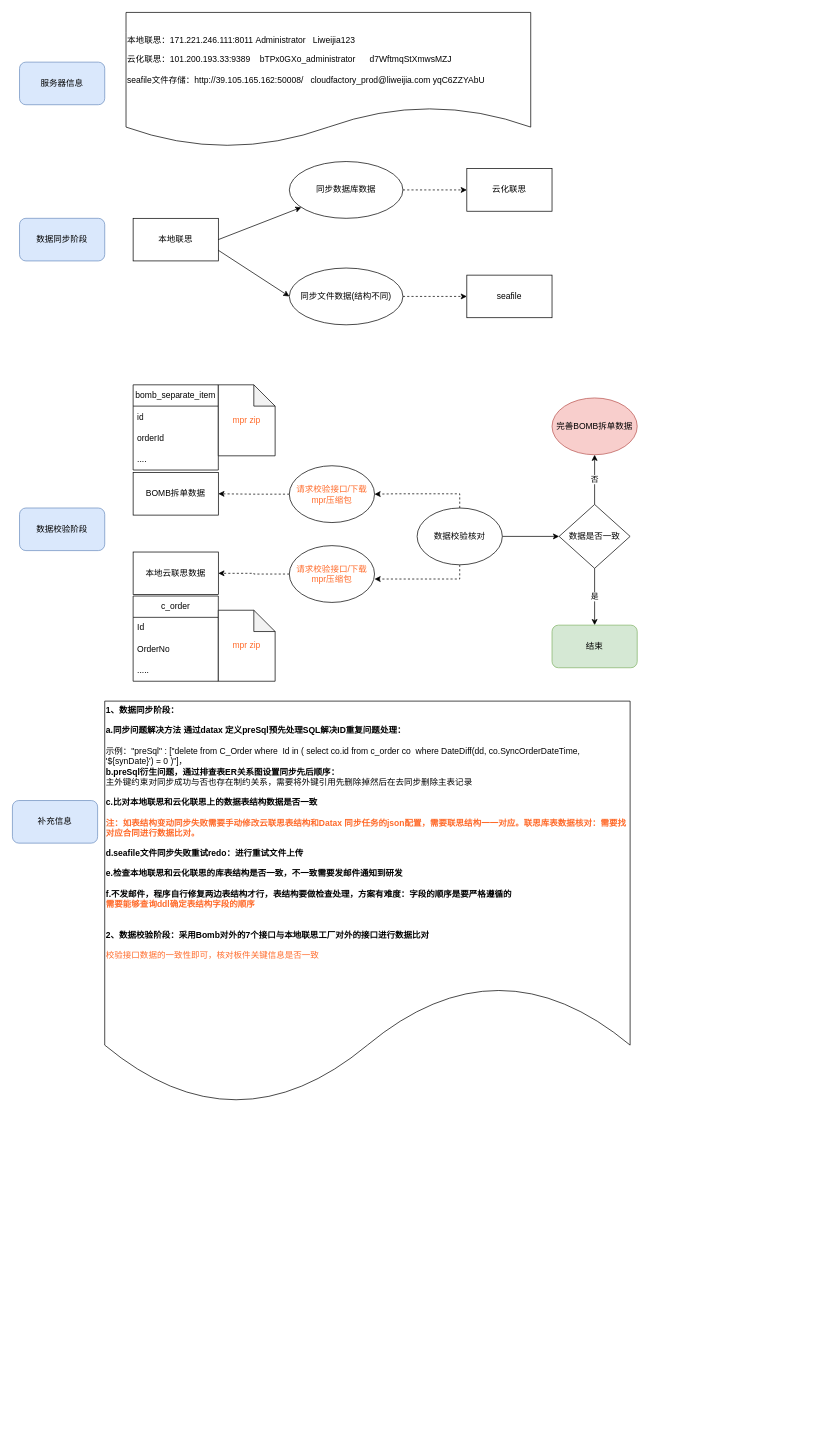
The draw.io diagram page "2023联思数据同步与校验" (3 of 5) of oms相关系统关系.drawio in SunflowersOfJava/boonya-learning-socket, before the edit. Source tidied: cells renumbered, new cells numbered last; positions are measured from the earlier drawing's top-left corner, leaving out a move shared by most shapes. Both pictures are drawn from the tidied source at 71%, with x=0, y=0 at pixel (12, 12).
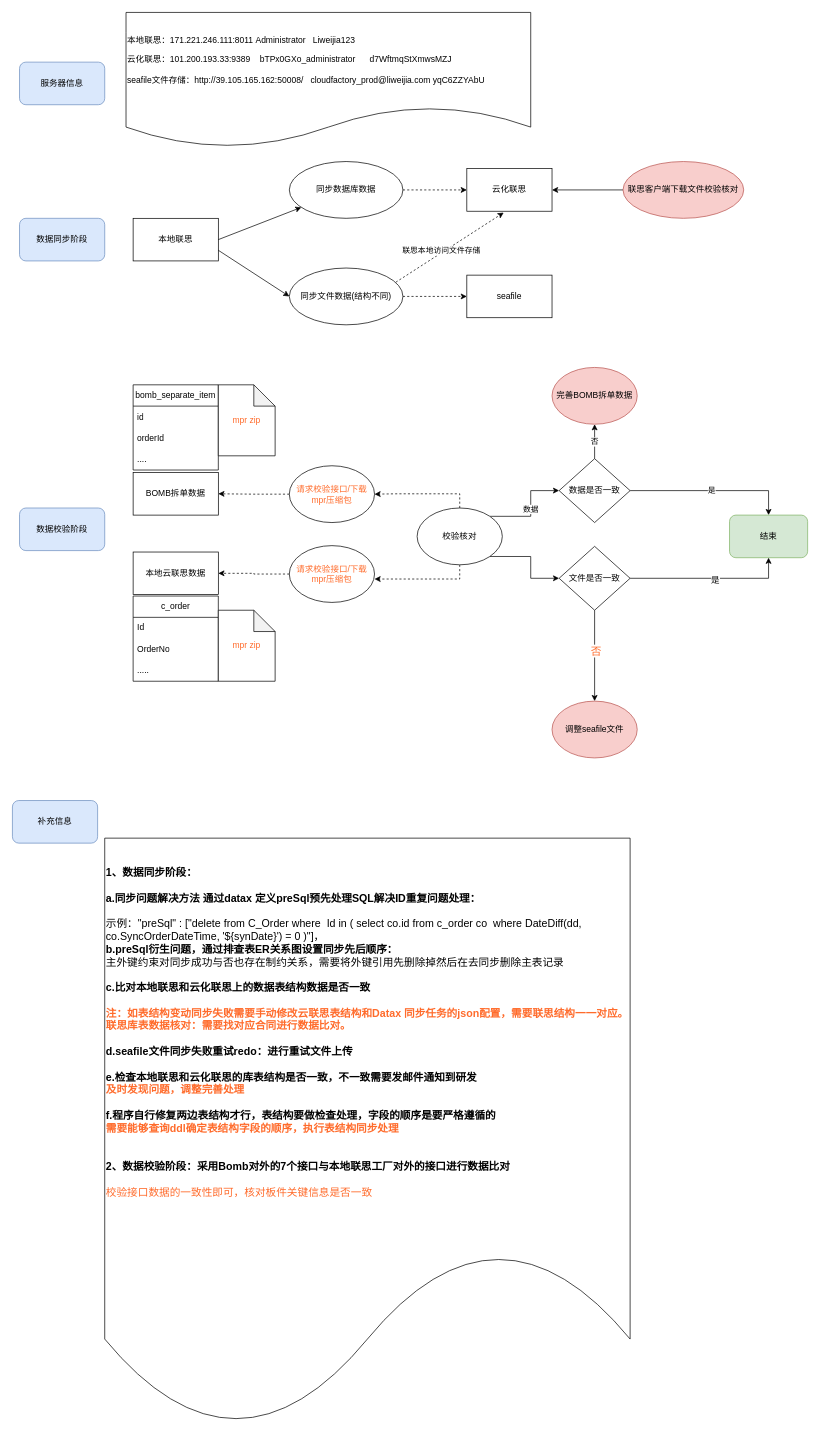
After the change.

Commit message:
更新oms相关系统关系.drawio

Unchanged cells that the change refers to:
```xml
<mxCell id="5" value="云化联思" style="rounded=0;whiteSpace=wrap;html=1;" parent="1" vertex="1">
  <mxGeometry x="640" y="220" width="120" height="60" as="geometry" />
</mxCell>
```

What changed in the source:
```diff
@@
-    <mxCell id="16" style="edgeStyle=orthogonalEdgeStyle;rounded=0;jettySize=auto;html=1;exitX=1;exitY=0.5;exitDx=0;exitDy=0;fontColor=#000000;" parent="1" edge="1" source="19" target="22">
+    <mxCell id="16" value="数据" style="edgeStyle=orthogonalEdgeStyle;rounded=0;jettySize=auto;html=1;exitX=1;exitY=0;exitDx=0;exitDy=0;fontColor=#000000;" parent="1" edge="1" source="19" target="22">
       <mxGeometry relative="1" as="geometry" />
     </mxCell>
@@
+    <mxCell id="42" style="edgeStyle=orthogonalEdgeStyle;rounded=0;jettySize=auto;html=1;exitX=1;exitY=1;exitDx=0;exitDy=0;entryX=0;entryY=0.5;entryDx=0;entryDy=0;fontSize=15;fontColor=#FF6B2B;" parent="1" edge="1" source="19" target="49">
+      <mxGeometry relative="1" as="geometry" />
+    </mxCell>
-    <mxCell id="19" value="数据校验核对" style="ellipse;whiteSpace=wrap;html=1;fontColor=#000000;" parent="1" vertex="1">
+    <mxCell id="19" value="校验核对" style="ellipse;whiteSpace=wrap;html=1;fontColor=#000000;" parent="1" vertex="1">
       <mxGeometry x="570" y="698" width="120" height="80" as="geometry" />
     </mxCell>
-    <mxCell id="20" value="是" style="edgeStyle=orthogonalEdgeStyle;rounded=0;jettySize=auto;html=1;exitX=0.5;exitY=1;exitDx=0;exitDy=0;entryX=0.5;entryY=0;entryDx=0;entryDy=0;fontColor=#000000;" parent="1" edge="1" source="22" target="23">
+    <mxCell id="20" value="是" style="edgeStyle=orthogonalEdgeStyle;rounded=0;jettySize=auto;html=1;exitX=1;exitY=0.5;exitDx=0;exitDy=0;entryX=0.5;entryY=0;entryDx=0;entryDy=0;fontColor=#000000;" parent="1" edge="1" source="22" target="23">
       <mxGeometry relative="1" as="geometry" />
     </mxCell>
@@
     <mxCell id="22" value="数据是否一致" style="rhombus;whiteSpace=wrap;html=1;fontColor=#000000;" parent="1" vertex="1">
-      <mxGeometry x="770" y="693" width="100" height="90" as="geometry" />
+      <mxGeometry x="770" y="628.5" width="100" height="90" as="geometry" />
     </mxCell>
     <mxCell id="23" value="结束" style="rounded=1;whiteSpace=wrap;html=1;fillColor=#d5e8d4;strokeColor=#82b366;" parent="1" vertex="1">
-      <mxGeometry x="760" y="863" width="120" height="60" as="geometry" />
+      <mxGeometry x="1010" y="708" width="110" height="60" as="geometry" />
     </mxCell>
     <mxCell id="24" value="完善BOMB拆单数据" style="ellipse;whiteSpace=wrap;html=1;fillColor=#f8cecc;strokeColor=#b85450;" parent="1" vertex="1">
-      <mxGeometry x="760" y="543" width="120" height="80" as="geometry" />
+      <mxGeometry x="760" y="500" width="120" height="80" as="geometry" />
     </mxCell>
@@
-    <mxCell id="33" value="&lt;div&gt;&lt;b&gt;1、数据同步阶段：&lt;/b&gt;&lt;/div&gt;&lt;div&gt;&lt;b&gt;&lt;br&gt;&lt;/b&gt;&lt;/div&gt;&lt;div&gt;&lt;b&gt;a.同步问题解决方法 通过datax 定义preSql预先处理SQL解决ID重复问题处理：&lt;/b&gt;&lt;/div&gt;&lt;br&gt;&lt;div&gt;示例：&quot;preSql&quot; : [&quot;delete from C_Order where&amp;nbsp; Id in ( select co.id from c_order co&amp;nbsp; where DateDiff(dd, co.SyncOrderDateTime, '${synDate}') = 0 )&quot;]，&lt;/div&gt;&lt;div&gt;&lt;b&gt;b.preSql衍生问题，通过排查表ER关系图设置同步先后顺序：&lt;/b&gt;&lt;/div&gt;&lt;div&gt;主外键约束对同步成功与否也存在制约关系，需要将外键引用先删除掉然后在去同步删除主表记录&lt;b&gt;&lt;br&gt;&lt;/b&gt;&lt;/div&gt;&lt;div&gt;&lt;b&gt;&lt;br&gt;&lt;/b&gt;&lt;/div&gt;&lt;div&gt;&lt;b&gt;c.比对本地联思和云化联思上的数据表结构数据是否一致&lt;br&gt;&lt;/b&gt;&lt;/div&gt;&lt;div&gt;&lt;br&gt;&lt;/div&gt;&lt;div&gt;&lt;div&gt;&lt;font color=&quot;#FF6B2B&quot;&gt;&lt;b&gt;注：如表结构变动同步失败需要手动修改云联思表结构和Datax 同步任务的json配置，需要联思结构一一对应。&lt;/b&gt;&lt;/font&gt;&lt;font color=&quot;#FF6B2B&quot;&gt;&lt;b&gt;联思库表数据核对：需要找对应合同进行数据比对。&lt;/b&gt;&lt;/font&gt;&lt;/div&gt;&lt;div&gt;&lt;font color=&quot;#FF6B2B&quot;&gt;&lt;b&gt;&lt;br&gt;&lt;/b&gt;&lt;/font&gt;&lt;/div&gt;&lt;div&gt;&lt;b&gt;d.seafile文件同步失败重试redo：进行重试文件上传&lt;/b&gt;&lt;/div&gt;&lt;div&gt;&lt;b&gt;&lt;br&gt;&lt;/b&gt;&lt;/div&gt;&lt;div&gt;&lt;b&gt;e.检查本地联思和云化联思的库表结构是否一致，不一致需要发邮件通知到研发&lt;br&gt;&lt;/b&gt;&lt;/div&gt;&lt;div&gt;&lt;b&gt;&lt;br&gt;&lt;/b&gt;&lt;/div&gt;&lt;div&gt;&lt;b&gt;f.不发邮件，程序自行修复两边表结构才行，表结构要做检查处理，方案有难度：字段的顺序是要严格遵循的&lt;/b&gt;&lt;/div&gt;&lt;div&gt;&lt;b&gt;&lt;font color=&quot;#FF6B2B&quot;&gt;需要能够查询ddl确定表结构字段的顺序&lt;/font&gt;&lt;br&gt;&lt;/b&gt;&lt;/div&gt;&lt;br&gt;&lt;/div&gt;&lt;div&gt;&lt;br&gt;&lt;/div&gt;&lt;div&gt;&lt;b&gt;2、数据校验阶段：采用Bomb对外的7个接口与本地联思工厂对外的接口进行数据比对&lt;/b&gt;&lt;/div&gt;&lt;div&gt;&lt;b&gt;&lt;br&gt;&lt;/b&gt;&lt;/div&gt;&lt;div&gt;&lt;font color=&quot;#FF6B2B&quot;&gt;校验接口数据的一致性即可，核对板件关键信息是否一致&lt;/font&gt;&lt;/div&gt;&lt;div&gt;&lt;br&gt;&lt;/div&gt;&lt;div&gt;&lt;br&gt;&lt;/div&gt;" style="shape=document;whiteSpace=wrap;html=1;boundedLbl=1;align=left;" parent="1" vertex="1">
-      <mxGeometry x="130" y="970" width="740" height="570" as="geometry" />
+    <mxCell id="33" value="&lt;div style=&quot;font-size: 15px;&quot;&gt;&lt;b style=&quot;font-size: 15px;&quot;&gt;1、数据同步阶段：&lt;/b&gt;&lt;/div&gt;&lt;div style=&quot;font-size: 15px;&quot;&gt;&lt;b style=&quot;font-size: 15px;&quot;&gt;&lt;br style=&quot;font-size: 15px;&quot;&gt;&lt;/b&gt;&lt;/div&gt;&lt;div style=&quot;font-size: 15px;&quot;&gt;&lt;b style=&quot;font-size: 15px;&quot;&gt;a.同步问题解决方法 通过datax 定义preSql预先处理SQL解决ID重复问题处理：&lt;/b&gt;&lt;/div&gt;&lt;br style=&quot;font-size: 15px;&quot;&gt;&lt;div style=&quot;font-size: 15px;&quot;&gt;示例：&quot;preSql&quot; : [&quot;delete from C_Order where&amp;nbsp; Id in ( select co.id from c_order co&amp;nbsp; where DateDiff(dd, co.SyncOrderDateTime, '${synDate}') = 0 )&quot;]，&lt;/div&gt;&lt;div style=&quot;font-size: 15px;&quot;&gt;&lt;b style=&quot;font-size: 15px;&quot;&gt;b.preSql衍生问题，通过排查表ER关系图设置同步先后顺序：&lt;/b&gt;&lt;/div&gt;&lt;div style=&quot;font-size: 15px;&quot;&gt;主外键约束对同步成功与否也存在制约关系，需要将外键引用先删除掉然后在去同步删除主表记录&lt;b style=&quot;font-size: 15px;&quot;&gt;&lt;br style=&quot;font-size: 15px;&quot;&gt;&lt;/b&gt;&lt;/div&gt;&lt;div style=&quot;font-size: 15px;&quot;&gt;&lt;b style=&quot;font-size: 15px;&quot;&gt;&lt;br style=&quot;font-size: 15px;&quot;&gt;&lt;/b&gt;&lt;/div&gt;&lt;div style=&quot;font-size: 15px;&quot;&gt;&lt;b style=&quot;font-size: 15px;&quot;&gt;c.比对本地联思和云化联思上的数据表结构数据是否一致&lt;br style=&quot;font-size: 15px;&quot;&gt;&lt;/b&gt;&lt;/div&gt;&lt;div style=&quot;font-size: 15px;&quot;&gt;&lt;br style=&quot;font-size: 15px;&quot;&gt;&lt;/div&gt;&lt;div style=&quot;font-size: 15px;&quot;&gt;&lt;div style=&quot;font-size: 15px;&quot;&gt;&lt;font style=&quot;font-size: 15px;&quot; color=&quot;#FF6B2B&quot;&gt;&lt;b style=&quot;font-size: 15px;&quot;&gt;注：如表结构变动同步失败需要手动修改云联思表结构和Datax 同步任务的json配置，需要联思结构一一对应。&lt;/b&gt;&lt;/font&gt;&lt;font style=&quot;font-size: 15px;&quot; color=&quot;#FF6B2B&quot;&gt;&lt;b style=&quot;font-size: 15px;&quot;&gt;联思库表数据核对：需要找对应合同进行数据比对。&lt;/b&gt;&lt;/font&gt;&lt;/div&gt;&lt;div style=&quot;font-size: 15px;&quot;&gt;&lt;font style=&quot;font-size: 15px;&quot; color=&quot;#FF6B2B&quot;&gt;&lt;b style=&quot;font-size: 15px;&quot;&gt;&lt;br style=&quot;font-size: 15px;&quot;&gt;&lt;/b&gt;&lt;/font&gt;&lt;/div&gt;&lt;div style=&quot;font-size: 15px;&quot;&gt;&lt;b style=&quot;font-size: 15px;&quot;&gt;d.seafile文件同步失败重试redo：进行重试文件上传&lt;/b&gt;&lt;/div&gt;&lt;div style=&quot;font-size: 15px;&quot;&gt;&lt;b style=&quot;font-size: 15px;&quot;&gt;&lt;br style=&quot;font-size: 15px;&quot;&gt;&lt;/b&gt;&lt;/div&gt;&lt;div style=&quot;font-size: 15px;&quot;&gt;&lt;b style=&quot;font-size: 15px;&quot;&gt;e.检查本地联思和云化联思的库表结构是否一致，不一致需要发邮件通知到研发&lt;br&gt;&lt;/b&gt;&lt;/div&gt;&lt;div style=&quot;font-size: 15px;&quot;&gt;&lt;b style=&quot;font-size: 15px;&quot;&gt;&lt;font color=&quot;#FF6B2B&quot;&gt;及时发现问题，调整完善处理&lt;/font&gt;&lt;br style=&quot;font-size: 15px;&quot;&gt;&lt;/b&gt;&lt;/div&gt;&lt;div style=&quot;font-size: 15px;&quot;&gt;&lt;b style=&quot;font-size: 15px;&quot;&gt;&lt;br style=&quot;font-size: 15px;&quot;&gt;&lt;/b&gt;&lt;/div&gt;&lt;div style=&quot;font-size: 15px;&quot;&gt;&lt;b style=&quot;font-size: 15px;&quot;&gt;f.程序自行修复两边表结构才行，表结构要做检查处理，字段的顺序是要严格遵循的&lt;/b&gt;&lt;/div&gt;&lt;div style=&quot;font-size: 15px;&quot;&gt;&lt;b style=&quot;font-size: 15px;&quot;&gt;&lt;font style=&quot;font-size: 15px;&quot; color=&quot;#FF6B2B&quot;&gt;需要能够查询ddl确定表结构字段的顺序，执行表结构同步处理&lt;/font&gt;&lt;br style=&quot;font-size: 15px;&quot;&gt;&lt;/b&gt;&lt;/div&gt;&lt;br style=&quot;font-size: 15px;&quot;&gt;&lt;/div&gt;&lt;div style=&quot;font-size: 15px;&quot;&gt;&lt;br style=&quot;font-size: 15px;&quot;&gt;&lt;/div&gt;&lt;div style=&quot;font-size: 15px;&quot;&gt;&lt;b style=&quot;font-size: 15px;&quot;&gt;2、数据校验阶段：采用Bomb对外的7个接口与本地联思工厂对外的接口进行数据比对&lt;/b&gt;&lt;/div&gt;&lt;div style=&quot;font-size: 15px;&quot;&gt;&lt;b style=&quot;font-size: 15px;&quot;&gt;&lt;br style=&quot;font-size: 15px;&quot;&gt;&lt;/b&gt;&lt;/div&gt;&lt;div style=&quot;font-size: 15px;&quot;&gt;&lt;font style=&quot;font-size: 15px;&quot; color=&quot;#FF6B2B&quot;&gt;校验接口数据的一致性即可，核对板件关键信息是否一致&lt;/font&gt;&lt;/div&gt;&lt;div style=&quot;font-size: 15px;&quot;&gt;&lt;br style=&quot;font-size: 15px;&quot;&gt;&lt;/div&gt;&lt;div style=&quot;font-size: 15px;&quot;&gt;&lt;br style=&quot;font-size: 15px;&quot;&gt;&lt;/div&gt;" style="shape=document;whiteSpace=wrap;html=1;boundedLbl=1;align=left;fontSize=15;" parent="1" vertex="1">
+      <mxGeometry x="130" y="1163" width="740" height="830" as="geometry" />
     </mxCell>
@@
+    <mxCell id="43" style="endArrow=classic;html=1;rounded=0;entryX=0.433;entryY=1.033;entryDx=0;entryDy=0;entryPerimeter=0;dashed=1;" parent="1" edge="1" target="5">
+      <mxGeometry relative="1" as="geometry">
+        <mxPoint x="540" y="380" as="sourcePoint" />
+      </mxGeometry>
+    </mxCell>
+    <mxCell id="44" value="联思本地访问文件存储" style="edgeLabel;html=1;align=center;verticalAlign=middle;" parent="43" vertex="1">
+      <mxGeometry x="-0.14" y="3" relative="1" as="geometry" />
+    </mxCell>
+    <mxCell id="45" style="edgeStyle=orthogonalEdgeStyle;rounded=0;jettySize=auto;html=1;exitX=0.5;exitY=1;exitDx=0;exitDy=0;entryX=0.5;entryY=0;entryDx=0;entryDy=0;fontSize=15;fontColor=#FF6B2B;" parent="1" edge="1" source="49" target="50">
+      <mxGeometry relative="1" as="geometry" />
+    </mxCell>
+    <mxCell id="46" value="否" style="edgeLabel;html=1;align=center;verticalAlign=middle;fontSize=15;fontColor=#FF6B2B;" parent="45" vertex="1">
+      <mxGeometry x="-0.12" y="1" relative="1" as="geometry" />
+    </mxCell>
+    <mxCell id="47" style="edgeStyle=orthogonalEdgeStyle;rounded=0;jettySize=auto;html=1;exitX=1;exitY=0.5;exitDx=0;exitDy=0;entryX=0.5;entryY=1;entryDx=0;entryDy=0;fontSize=12;fontColor=#FF6B2B;" parent="1" edge="1" source="49" target="23">
+      <mxGeometry relative="1" as="geometry" />
+    </mxCell>
+    <mxCell id="48" value="是" style="edgeLabel;html=1;align=center;verticalAlign=middle;fontSize=12;fontColor=#000000;" parent="47" vertex="1">
+      <mxGeometry x="0.06" y="-2" relative="1" as="geometry" />
+    </mxCell>
+    <mxCell id="49" value="文件是否一致" style="rhombus;whiteSpace=wrap;html=1;fontColor=#000000;" parent="1" vertex="1">
+      <mxGeometry x="770" y="752" width="100" height="90" as="geometry" />
+    </mxCell>
+    <mxCell id="50" value="调整seafile文件" style="ellipse;whiteSpace=wrap;html=1;fillColor=#f8cecc;strokeColor=#b85450;" parent="1" vertex="1">
+      <mxGeometry x="760" y="970" width="120" height="80" as="geometry" />
+    </mxCell>
+    <mxCell id="51" style="edgeStyle=orthogonalEdgeStyle;rounded=0;jettySize=auto;html=1;exitX=0;exitY=0.5;exitDx=0;exitDy=0;entryX=1;entryY=0.5;entryDx=0;entryDy=0;fontSize=12;fontColor=#000000;" parent="1" edge="1" source="52" target="5">
+      <mxGeometry relative="1" as="geometry" />
+    </mxCell>
+    <mxCell id="52" value="联思客户端下载文件校验核对" style="ellipse;whiteSpace=wrap;html=1;fillColor=#f8cecc;strokeColor=#b85450;" parent="1" vertex="1">
+      <mxGeometry x="860" y="210" width="170" height="80" as="geometry" />
+    </mxCell>
```
